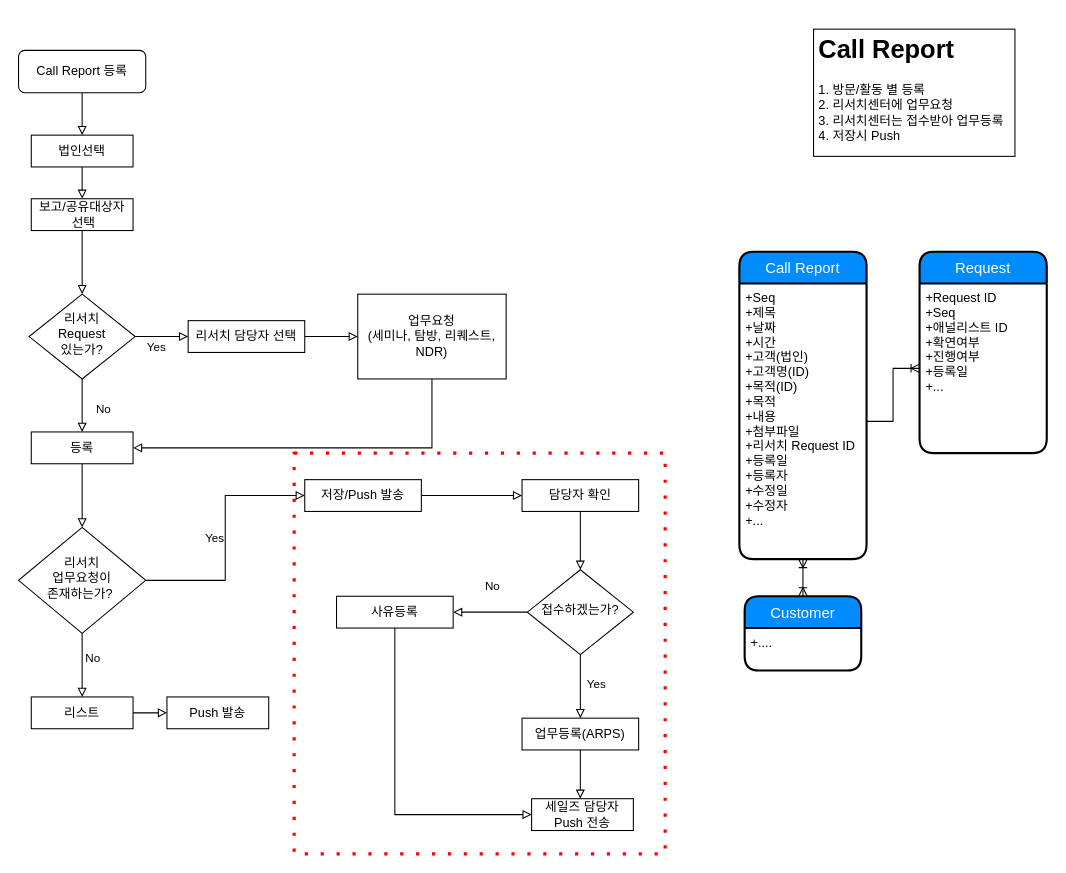
rex-j2w2/crm keeps this draw.io diagram as page "Call Report" (4 of 6) of ws_crm.drawio. Above is the earlier version. Source tidied: cells renumbered, new cells numbered last; positions are measured from the earlier drawing's top-left corner, leaving out a move shared by most shapes. Both pictures are drawn from the tidied source at 106%, with x=0, y=0 at pixel (18, 29).
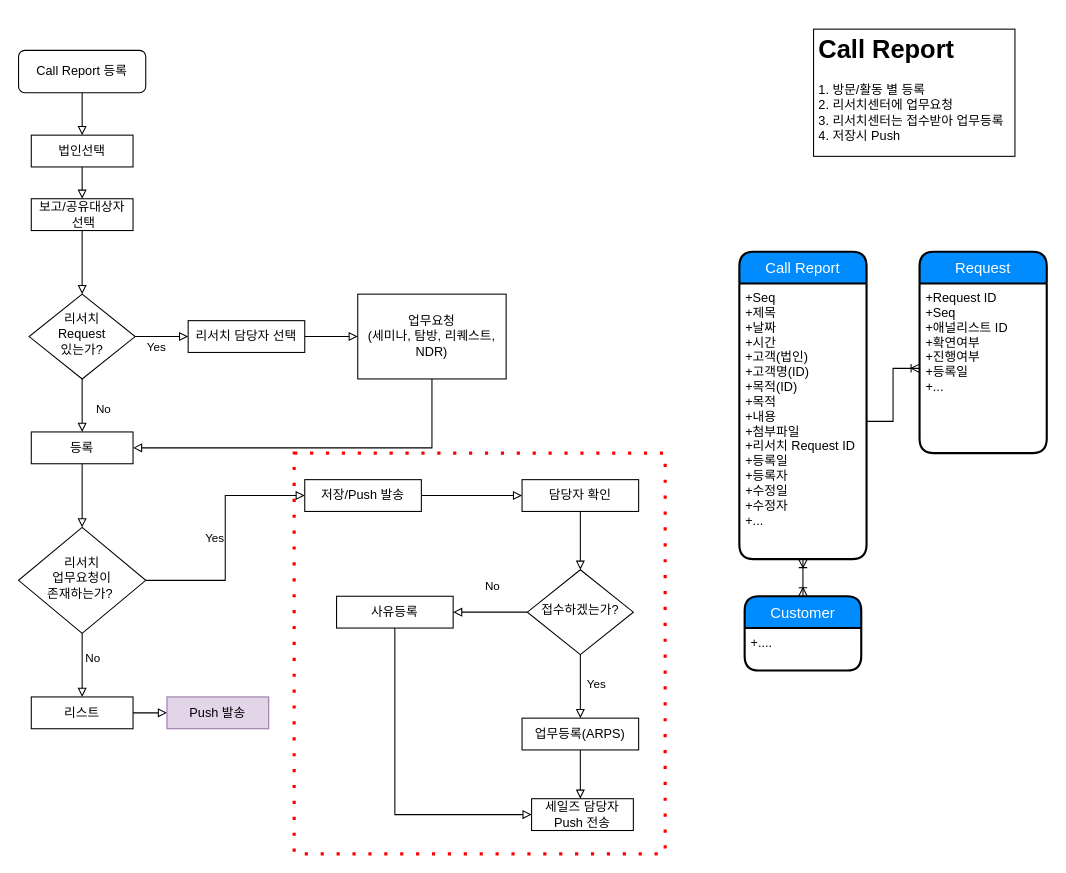
The same diagram, later.

The edit, as a diff of the source:
```diff
@@
-    <mxCell id="44" value="Push 발송" style="rounded=0;whiteSpace=wrap;html=1;fontFamily=KB금융 본문체;" parent="1" vertex="1">
+    <mxCell id="44" value="Push 발송" style="rounded=0;whiteSpace=wrap;html=1;fontFamily=KB금융 본문체;fillColor=#e1d5e7;strokeColor=#9673a6;" parent="1" vertex="1">
       <mxGeometry x="140" y="630" width="96" height="30" as="geometry" />
     </mxCell>
```
